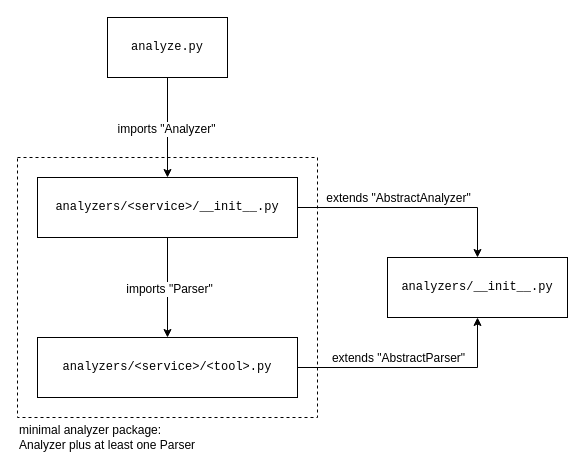
The draw.io diagram documentation/analyzer.drawio in 4elta/recon, before the edit. Source tidied: cells renumbered, new cells numbered last; positions are measured from the earlier drawing's top-left corner, leaving out a move shared by most shapes. Both pictures are drawn from the tidied source at 100%, with x=0, y=0 at pixel (17, 17).
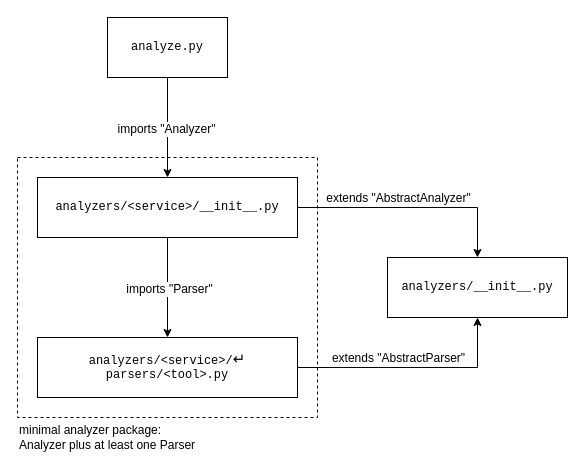
After the change.

Commit message (it also covers changes not shown here):
update component diagram

The edit, as a diff of the source:
```diff
@@
 <mxGraphModel>
   <root>
     <mxCell id="0" />
     <mxCell id="1" parent="0" />
     <mxCell id="2" style="rounded=0;whiteSpace=wrap;html=1;fillColor=none;dashed=1;" parent="1" vertex="1">
       <mxGeometry y="140" width="300" height="260" as="geometry" />
     </mxCell>
     <mxCell id="3" style="edgeStyle=orthogonalEdgeStyle;rounded=0;jettySize=auto;html=1;exitX=0.5;exitY=1;exitDx=0;exitDy=0;entryX=0.5;entryY=0;entryDx=0;entryDy=0;" parent="1" edge="1" source="5" target="10">
       <mxGeometry relative="1" as="geometry" />
     </mxCell>
     <mxCell id="4" value="imports &quot;Analyzer&quot;" style="edgeLabel;html=1;align=center;verticalAlign=middle;fontSize=12;" parent="3" vertex="1">
       <mxGeometry x="0.02" y="-2" relative="1" as="geometry" />
     </mxCell>
     <mxCell id="5" value="&lt;div&gt;analyze.py&lt;br&gt;&lt;/div&gt;" style="rounded=0;whiteSpace=wrap;html=1;fontFamily=Courier New;" parent="1" vertex="1">
       <mxGeometry x="90" width="120" height="60" as="geometry" />
     </mxCell>
     <mxCell id="6" style="edgeStyle=orthogonalEdgeStyle;rounded=0;jettySize=auto;html=1;exitX=0.5;exitY=1;exitDx=0;exitDy=0;entryX=0.5;entryY=0;entryDx=0;entryDy=0;" parent="1" edge="1" source="10" target="13">
       <mxGeometry relative="1" as="geometry" />
     </mxCell>
     <mxCell id="7" value="imports &quot;Parser&quot;" style="edgeLabel;html=1;align=center;verticalAlign=middle;fontSize=12;" parent="6" vertex="1">
       <mxGeometry x="0.02" y="1" relative="1" as="geometry" />
     </mxCell>
     <mxCell id="8" style="edgeStyle=orthogonalEdgeStyle;rounded=0;jettySize=auto;html=1;exitX=1;exitY=0.5;exitDx=0;exitDy=0;entryX=0.5;entryY=0;entryDx=0;entryDy=0;" parent="1" edge="1" source="10" target="14">
       <mxGeometry relative="1" as="geometry" />
     </mxCell>
     <mxCell id="9" value="extends &quot;AbstractAnalyzer&quot;" style="edgeLabel;html=1;align=center;verticalAlign=middle;fontSize=12;labelBackgroundColor=default;" parent="8" vertex="1">
       <mxGeometry x="-0.21" y="-2" relative="1" as="geometry">
         <mxPoint x="9" y="-12" as="offset" />
       </mxGeometry>
     </mxCell>
     <mxCell id="10" value="&lt;div&gt;analyzers/&amp;lt;service&amp;gt;/__init__.py&lt;/div&gt;" style="rounded=0;whiteSpace=wrap;html=1;fontFamily=Courier New;" parent="1" vertex="1">
       <mxGeometry x="20" y="160" width="260" height="60" as="geometry" />
     </mxCell>
     <mxCell id="11" style="edgeStyle=orthogonalEdgeStyle;rounded=0;jettySize=auto;html=1;exitX=1;exitY=0.5;exitDx=0;exitDy=0;entryX=0.5;entryY=1;entryDx=0;entryDy=0;" parent="1" edge="1" source="13" target="14">
       <mxGeometry relative="1" as="geometry" />
     </mxCell>
     <mxCell id="12" value="extends &quot;AbstractParser&quot;" style="edgeLabel;html=1;align=center;verticalAlign=middle;fontSize=12;labelBackgroundColor=default;" parent="11" vertex="1">
       <mxGeometry x="-0.23" y="-1" relative="1" as="geometry">
         <mxPoint x="11" y="-11" as="offset" />
       </mxGeometry>
     </mxCell>
-    <mxCell id="13" value="&lt;div&gt;analyzers/&amp;lt;service&amp;gt;/&amp;lt;tool&amp;gt;.py&lt;/div&gt;" style="rounded=0;whiteSpace=wrap;html=1;fontFamily=Courier New;" parent="1" vertex="1">
+    <mxCell id="13" value="&lt;div&gt;analyzers/&amp;lt;service&amp;gt;/&lt;span style=&quot;font-size:125%;line-height:1em&quot;&gt;↵&lt;/span&gt;&lt;/div&gt;&lt;div&gt;parsers/&amp;lt;tool&amp;gt;.py&lt;/div&gt;" style="rounded=0;whiteSpace=wrap;html=1;fontFamily=Courier New;" parent="1" vertex="1">
       <mxGeometry x="20" y="320" width="260" height="60" as="geometry" />
     </mxCell>
     <mxCell id="14" value="&lt;div&gt;analyzers/__init__.py&lt;br&gt;&lt;/div&gt;" style="rounded=0;whiteSpace=wrap;html=1;fontFamily=Courier New;" parent="1" vertex="1">
       <mxGeometry x="370" y="240" width="180" height="60" as="geometry" />
     </mxCell>
     <mxCell id="15" value="&lt;div align=&quot;left&quot;&gt;minimal analyzer package:&lt;/div&gt;&lt;div align=&quot;left&quot;&gt;Analyzer plus at least one Parser&lt;br&gt;&lt;/div&gt;" style="text;html=1;align=left;verticalAlign=middle;whiteSpace=wrap;rounded=0;fillColor=none;" parent="1" vertex="1">
       <mxGeometry y="400" width="190" height="40" as="geometry" />
     </mxCell>
   </root>
 </mxGraphModel>
```
